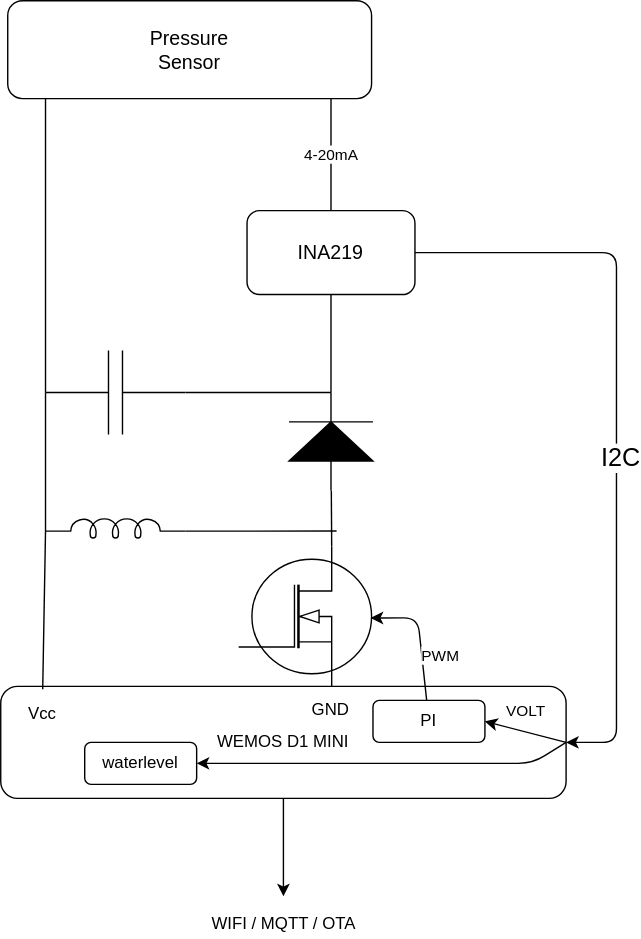
This is concept.svg from goosst/WaterLevelDetection, a draw.io export, as it was before one commit. Source tidied: cells renumbered, new cells last; positions are measured from the earlier drawing's top-left corner, leaving out a move shared by most shapes.
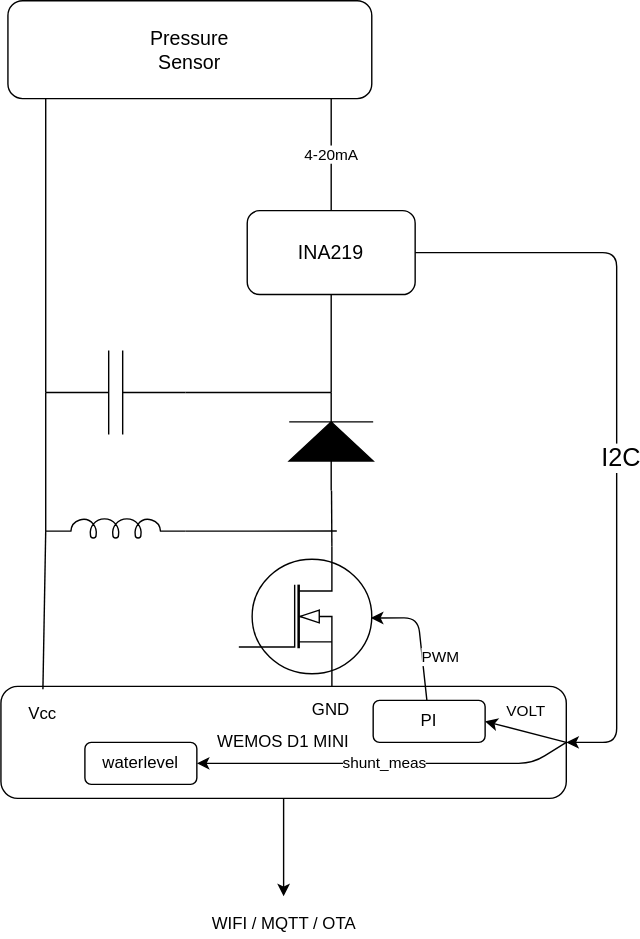
Later version of the same file.

Diff of the diagram source:
```diff
@@ -97,7 +97,7 @@
     <mxCell id="25" value="waterlevel" style="rounded=1;whiteSpace=wrap;html=1;" parent="1" vertex="1">
       <mxGeometry x="60" y="530" width="80" height="30" as="geometry" />
     </mxCell>
-    <mxCell id="26" style="endArrow=classic;html=1;exitX=1;exitY=0.5;exitDx=0;exitDy=0;" parent="1" edge="1" source="15">
+    <mxCell id="26" value="shunt_meas" style="endArrow=classic;html=1;exitX=1;exitY=0.5;exitDx=0;exitDy=0;" parent="1" edge="1" source="15">
       <mxGeometry relative="1" as="geometry">
         <mxPoint x="140" y="545" as="targetPoint" />
         <Array as="points">
```
